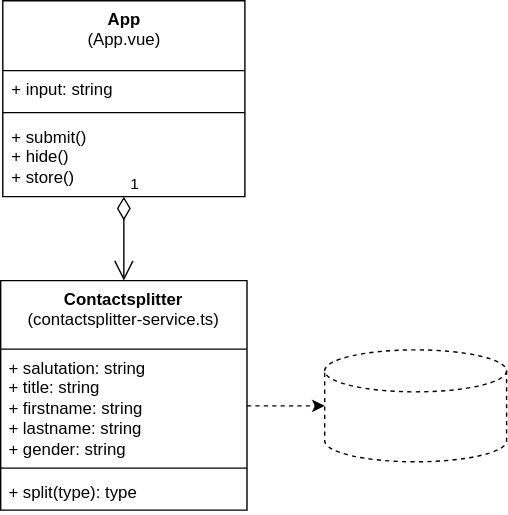
The draw.io diagram project-structure.svg in Lok-Aal/Muehlkanaal, before a commit. Source tidied: cells renumbered, new cells last; positions are measured from the earlier drawing's top-left corner, leaving out a move shared by most shapes. Its diagram source:
```xml
<mxGraphModel>
  <root>
    <mxCell id="0" />
    <mxCell id="1" parent="0" />
    <mxCell id="2" value="Contactsplitter&lt;br&gt;&lt;span style=&quot;font-weight: normal;&quot;&gt;(contactsplitter-service.ts)&lt;/span&gt;" style="swimlane;fontStyle=1;align=center;verticalAlign=top;horizontal=1;startSize=49;whiteSpace=wrap;html=1;" parent="1" vertex="1">
      <mxGeometry y="200" width="176" height="164" as="geometry" />
    </mxCell>
    <mxCell id="3" value="+ salutation: string&lt;br&gt;+ title: string&lt;br&gt;+ firstname: string&lt;br&gt;+ lastname: string&lt;br&gt;+ gender: string" style="text;strokeColor=none;fillColor=none;align=left;verticalAlign=top;spacingLeft=4;spacingRight=4;overflow=hidden;points=[[0,0.5],[1,0.5]];portConstraint=eastwest;whiteSpace=wrap;html=1;" parent="2" vertex="1">
      <mxGeometry y="49" width="176" height="81" as="geometry" />
    </mxCell>
    <mxCell id="4" style="line;strokeWidth=1;fillColor=none;align=left;verticalAlign=middle;spacingTop=-1;spacingLeft=3;spacingRight=3;labelPosition=right;strokeColor=inherit;" parent="2" vertex="1">
      <mxGeometry y="130" width="176" height="8" as="geometry" />
    </mxCell>
    <mxCell id="5" value="+ split(type): type" style="text;strokeColor=none;fillColor=none;align=left;verticalAlign=top;spacingLeft=4;spacingRight=4;overflow=hidden;whiteSpace=wrap;html=1;" parent="2" vertex="1">
      <mxGeometry y="138" width="176" height="26" as="geometry" />
    </mxCell>
    <mxCell id="6" style="shape=cylinder3;whiteSpace=wrap;html=1;boundedLbl=1;backgroundOutline=1;size=15;strokeWidth=1;dashed=1;" parent="1" vertex="1">
      <mxGeometry x="231.5" y="249.5" width="130" height="80" as="geometry" />
    </mxCell>
    <mxCell id="7" style="edgeStyle=orthogonalEdgeStyle;rounded=0;jettySize=auto;html=1;dashed=1;" parent="1" edge="1" source="3" target="6">
      <mxGeometry relative="1" as="geometry" />
    </mxCell>
    <mxCell id="8" value="App&lt;br&gt;&lt;span style=&quot;font-weight: normal;&quot;&gt;(App.vue)&lt;br&gt;&lt;/span&gt;" style="swimlane;fontStyle=1;align=center;verticalAlign=top;horizontal=1;startSize=50;whiteSpace=wrap;html=1;" parent="1" vertex="1">
      <mxGeometry x="1.5" width="173" height="140" as="geometry" />
    </mxCell>
    <mxCell id="9" value="+ input: string" style="text;strokeColor=none;fillColor=none;align=left;verticalAlign=top;spacingLeft=4;spacingRight=4;overflow=hidden;whiteSpace=wrap;html=1;" parent="8" vertex="1">
      <mxGeometry y="50" width="173" height="26" as="geometry" />
    </mxCell>
    <mxCell id="10" style="line;strokeWidth=1;fillColor=none;align=left;verticalAlign=middle;spacingTop=-1;spacingLeft=3;spacingRight=3;labelPosition=right;strokeColor=inherit;" parent="8" vertex="1">
      <mxGeometry y="76" width="173" height="8" as="geometry" />
    </mxCell>
    <mxCell id="11" value="+ submit()&lt;br&gt;+ hide()&lt;br&gt;+ store()" style="text;strokeColor=none;fillColor=none;align=left;verticalAlign=top;spacingLeft=4;spacingRight=4;overflow=hidden;whiteSpace=wrap;html=1;" parent="8" vertex="1">
      <mxGeometry y="84" width="173" height="56" as="geometry" />
    </mxCell>
    <mxCell id="12" value="1" style="endArrow=open;html=1;endSize=12;startArrow=diamondThin;startSize=14;startFill=0;edgeStyle=orthogonalEdgeStyle;align=left;verticalAlign=bottom;rounded=0;" parent="1" edge="1" source="8" target="2">
      <mxGeometry x="-1" y="3" relative="1" as="geometry" />
    </mxCell>
  </root>
</mxGraphModel>
```
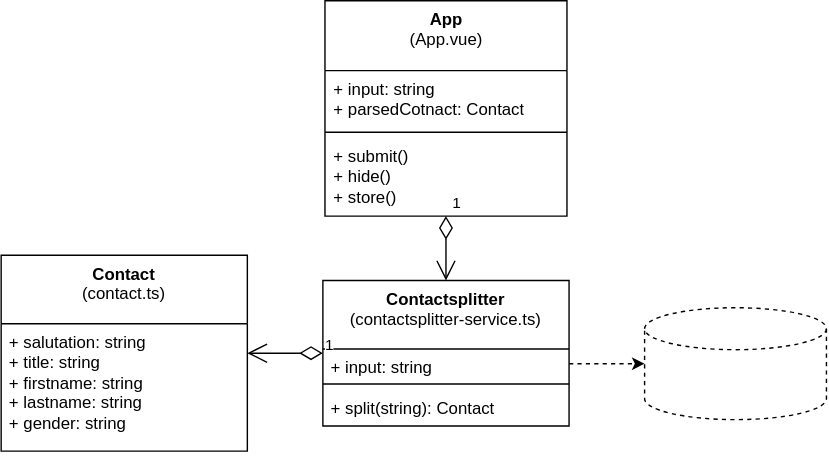
The same diagram one commit later.

The edit, as a diff of the source:
```diff
@@ -3,37 +3,46 @@
     <mxCell id="0" />
     <mxCell id="1" parent="0" />
     <mxCell id="2" value="Contactsplitter&lt;br&gt;&lt;span style=&quot;font-weight: normal;&quot;&gt;(contactsplitter-service.ts)&lt;/span&gt;" style="swimlane;fontStyle=1;align=center;verticalAlign=top;horizontal=1;startSize=49;whiteSpace=wrap;html=1;" parent="1" vertex="1">
-      <mxGeometry y="200" width="176" height="164" as="geometry" />
+      <mxGeometry y="200" width="176" height="104" as="geometry" />
     </mxCell>
-    <mxCell id="3" value="+ salutation: string&lt;br&gt;+ title: string&lt;br&gt;+ firstname: string&lt;br&gt;+ lastname: string&lt;br&gt;+ gender: string" style="text;strokeColor=none;fillColor=none;align=left;verticalAlign=top;spacingLeft=4;spacingRight=4;overflow=hidden;points=[[0,0.5],[1,0.5]];portConstraint=eastwest;whiteSpace=wrap;html=1;" parent="2" vertex="1">
-      <mxGeometry y="49" width="176" height="81" as="geometry" />
+    <mxCell id="3" value="+ input: string&lt;br&gt;" style="text;strokeColor=none;fillColor=none;align=left;verticalAlign=top;spacingLeft=4;spacingRight=4;overflow=hidden;points=[[0,0.5],[1,0.5]];portConstraint=eastwest;whiteSpace=wrap;html=1;" parent="2" vertex="1">
+      <mxGeometry y="49" width="176" height="21" as="geometry" />
     </mxCell>
     <mxCell id="4" style="line;strokeWidth=1;fillColor=none;align=left;verticalAlign=middle;spacingTop=-1;spacingLeft=3;spacingRight=3;labelPosition=right;strokeColor=inherit;" parent="2" vertex="1">
-      <mxGeometry y="130" width="176" height="8" as="geometry" />
+      <mxGeometry y="70" width="176" height="8" as="geometry" />
     </mxCell>
-    <mxCell id="5" value="+ split(type): type" style="text;strokeColor=none;fillColor=none;align=left;verticalAlign=top;spacingLeft=4;spacingRight=4;overflow=hidden;whiteSpace=wrap;html=1;" parent="2" vertex="1">
-      <mxGeometry y="138" width="176" height="26" as="geometry" />
+    <mxCell id="5" value="+ split(string): Contact" style="text;strokeColor=none;fillColor=none;align=left;verticalAlign=top;spacingLeft=4;spacingRight=4;overflow=hidden;whiteSpace=wrap;html=1;" parent="2" vertex="1">
+      <mxGeometry y="78" width="176" height="26" as="geometry" />
     </mxCell>
     <mxCell id="6" style="shape=cylinder3;whiteSpace=wrap;html=1;boundedLbl=1;backgroundOutline=1;size=15;strokeWidth=1;dashed=1;" parent="1" vertex="1">
-      <mxGeometry x="231.5" y="249.5" width="130" height="80" as="geometry" />
+      <mxGeometry x="230" y="219.5" width="130" height="80" as="geometry" />
     </mxCell>
     <mxCell id="7" style="edgeStyle=orthogonalEdgeStyle;rounded=0;jettySize=auto;html=1;dashed=1;" parent="1" edge="1" source="3" target="6">
       <mxGeometry relative="1" as="geometry" />
     </mxCell>
     <mxCell id="8" value="App&lt;br&gt;&lt;span style=&quot;font-weight: normal;&quot;&gt;(App.vue)&lt;br&gt;&lt;/span&gt;" style="swimlane;fontStyle=1;align=center;verticalAlign=top;horizontal=1;startSize=50;whiteSpace=wrap;html=1;" parent="1" vertex="1">
-      <mxGeometry x="1.5" width="173" height="140" as="geometry" />
+      <mxGeometry x="1.5" width="173" height="154" as="geometry" />
     </mxCell>
-    <mxCell id="9" value="+ input: string" style="text;strokeColor=none;fillColor=none;align=left;verticalAlign=top;spacingLeft=4;spacingRight=4;overflow=hidden;whiteSpace=wrap;html=1;" parent="8" vertex="1">
-      <mxGeometry y="50" width="173" height="26" as="geometry" />
+    <mxCell id="9" value="+ input: string&lt;br&gt;+ parsedCotnact: Contact" style="text;strokeColor=none;fillColor=none;align=left;verticalAlign=top;spacingLeft=4;spacingRight=4;overflow=hidden;whiteSpace=wrap;html=1;" parent="8" vertex="1">
+      <mxGeometry y="50" width="173" height="40" as="geometry" />
     </mxCell>
     <mxCell id="10" style="line;strokeWidth=1;fillColor=none;align=left;verticalAlign=middle;spacingTop=-1;spacingLeft=3;spacingRight=3;labelPosition=right;strokeColor=inherit;" parent="8" vertex="1">
-      <mxGeometry y="76" width="173" height="8" as="geometry" />
+      <mxGeometry y="90" width="173" height="8" as="geometry" />
     </mxCell>
     <mxCell id="11" value="+ submit()&lt;br&gt;+ hide()&lt;br&gt;+ store()" style="text;strokeColor=none;fillColor=none;align=left;verticalAlign=top;spacingLeft=4;spacingRight=4;overflow=hidden;whiteSpace=wrap;html=1;" parent="8" vertex="1">
-      <mxGeometry y="84" width="173" height="56" as="geometry" />
+      <mxGeometry y="98" width="173" height="56" as="geometry" />
     </mxCell>
     <mxCell id="12" value="1" style="endArrow=open;html=1;endSize=12;startArrow=diamondThin;startSize=14;startFill=0;edgeStyle=orthogonalEdgeStyle;align=left;verticalAlign=bottom;rounded=0;" parent="1" edge="1" source="8" target="2">
       <mxGeometry x="-1" y="3" relative="1" as="geometry" />
     </mxCell>
+    <mxCell id="13" value="Contact&lt;br&gt;&lt;span style=&quot;font-weight: normal;&quot;&gt;(contact.ts)&lt;/span&gt;" style="swimlane;fontStyle=1;align=center;verticalAlign=top;horizontal=1;startSize=49;whiteSpace=wrap;html=1;" parent="1" vertex="1">
+      <mxGeometry x="-230" y="182" width="176" height="140" as="geometry" />
+    </mxCell>
+    <mxCell id="14" value="+ salutation: string&lt;br&gt;+ title: string&lt;br&gt;+ firstname: string&lt;br&gt;+ lastname: string&lt;br&gt;+ gender: string" style="text;strokeColor=none;fillColor=none;align=left;verticalAlign=top;spacingLeft=4;spacingRight=4;overflow=hidden;whiteSpace=wrap;html=1;" parent="13" vertex="1">
+      <mxGeometry y="49" width="176" height="91" as="geometry" />
+    </mxCell>
+    <mxCell id="15" value="1" style="endArrow=open;html=1;endSize=12;startArrow=diamondThin;startSize=14;startFill=0;edgeStyle=orthogonalEdgeStyle;align=left;verticalAlign=bottom;rounded=0;" parent="1" edge="1" source="2" target="13">
+      <mxGeometry x="-1" y="3" relative="1" as="geometry" />
+    </mxCell>
   </root>
 </mxGraphModel>
```
